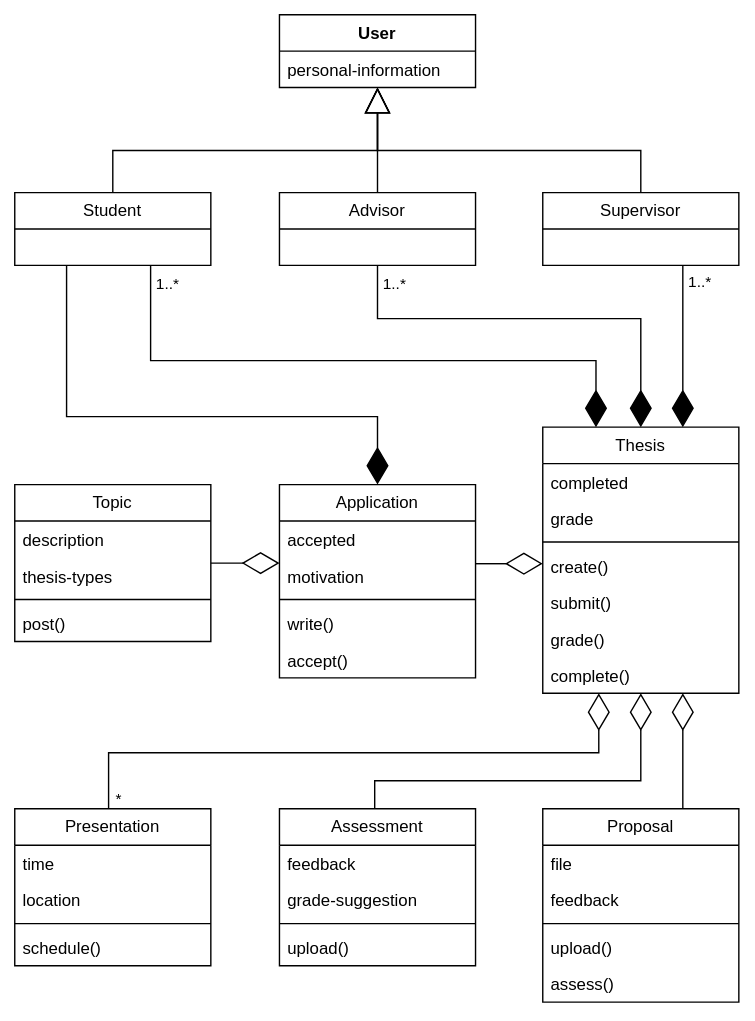
Above: analysis-object-modal.svg in fabian-emilius/bachelor-thesis-charts (draw.io), before the change. Source tidied: cells renumbered, new cells last; positions are measured from the earlier drawing's top-left corner, leaving out a move shared by most shapes.
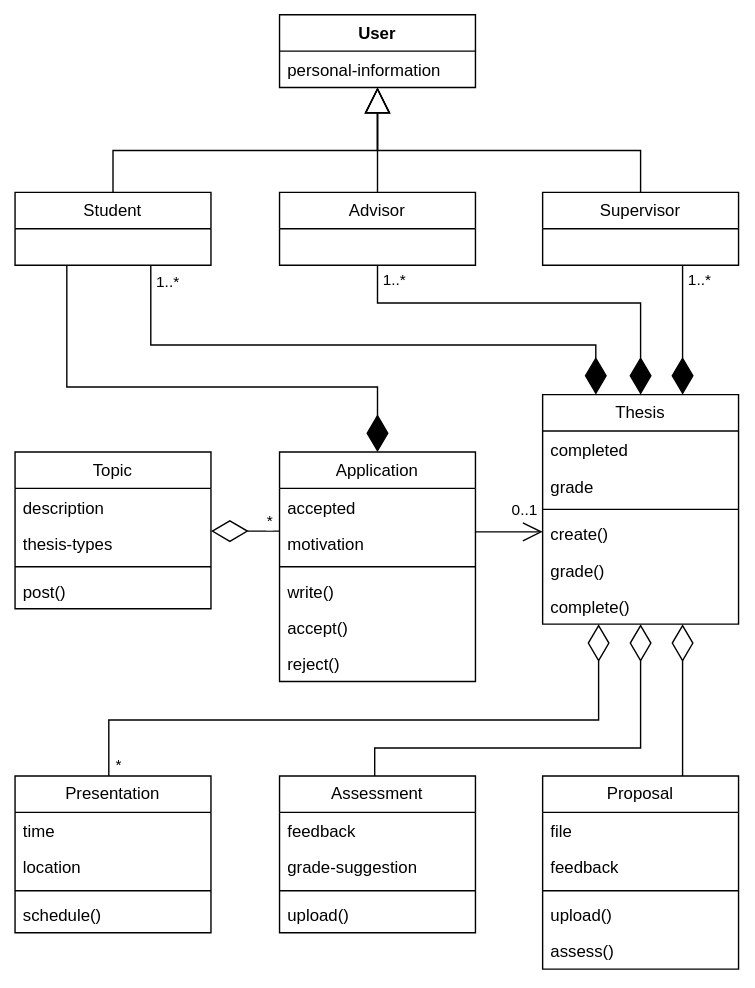
After the commit.

Diff of the diagram source:
```diff
@@ -34,8 +34,8 @@
     <mxCell id="6" style="endArrow=diamondThin;endFill=1;endSize=24;html=1;rounded=0;edgeStyle=orthogonalEdgeStyle;" parent="1" edge="1" source="14" target="26">
       <mxGeometry relative="1" as="geometry">
         <Array as="points">
-          <mxPoint x="259" y="217" />
-          <mxPoint x="447" y="217" />
+          <mxPoint x="259" y="229" />
+          <mxPoint x="447" y="229" />
         </Array>
       </mxGeometry>
     </mxCell>
@@ -47,40 +47,45 @@
     <mxCell id="8" style="endArrow=diamondThin;endFill=1;endSize=24;html=1;rounded=0;edgeStyle=orthogonalEdgeStyle;" parent="1" edge="1" source="13" target="26">
       <mxGeometry relative="1" as="geometry">
         <Array as="points">
-          <mxPoint x="477" y="237" />
-          <mxPoint x="477" y="237" />
+          <mxPoint x="477" y="249" />
+          <mxPoint x="477" y="249" />
         </Array>
       </mxGeometry>
     </mxCell>
     <mxCell id="9" value="1..*" style="edgeLabel;html=1;align=center;verticalAlign=middle;" parent="8" vertex="1">
       <mxGeometry x="-0.71" y="1" relative="1" as="geometry">
-        <mxPoint x="10" y="-5" as="offset" />
+        <mxPoint x="10" y="-3" as="offset" />
       </mxGeometry>
     </mxCell>
-    <mxCell id="10" style="endArrow=diamondThin;endFill=0;endSize=24;html=1;rounded=0;edgeStyle=orthogonalEdgeStyle;" parent="1" edge="1" source="15" target="20">
+    <mxCell id="10" style="endArrow=diamondThin;endFill=0;endSize=24;html=1;rounded=0;edgeStyle=orthogonalEdgeStyle;" parent="1" edge="1" source="20" target="15">
       <mxGeometry relative="1" as="geometry">
         <Array as="points">
-          <mxPoint x="157" y="392" />
-          <mxPoint x="157" y="392" />
+          <mxPoint x="167" y="392" />
+          <mxPoint x="167" y="392" />
         </Array>
       </mxGeometry>
     </mxCell>
+    <mxCell id="58" value="*" style="edgeLabel;html=1;align=center;verticalAlign=middle;" parent="10" vertex="1">
+      <mxGeometry x="-0.81" relative="1" as="geometry">
+        <mxPoint x="-3" y="-8" as="offset" />
+      </mxGeometry>
+    </mxCell>
     <mxCell id="11" style="endArrow=diamondThin;endFill=1;endSize=24;html=1;rounded=0;edgeStyle=orthogonalEdgeStyle;" parent="1" edge="1" source="12" target="20">
       <mxGeometry relative="1" as="geometry">
         <Array as="points">
-          <mxPoint x="37" y="287" />
-          <mxPoint x="259" y="287" />
+          <mxPoint x="37" y="289" />
+          <mxPoint x="259" y="289" />
         </Array>
       </mxGeometry>
     </mxCell>
     <mxCell id="12" value="Student" style="swimlane;fontStyle=0;horizontal=1;startSize=26;fillColor=none;whiteSpace=wrap;html=1;" parent="1" vertex="1">
-      <mxGeometry y="127" width="140" height="52" as="geometry" />
+      <mxGeometry y="150" width="140" height="52" as="geometry" />
     </mxCell>
     <mxCell id="13" value="Supervisor" style="swimlane;fontStyle=0;horizontal=1;startSize=26;fillColor=none;whiteSpace=wrap;html=1;" parent="1" vertex="1">
-      <mxGeometry x="377" y="127" width="140" height="52" as="geometry" />
+      <mxGeometry x="377" y="150" width="140" height="52" as="geometry" />
     </mxCell>
     <mxCell id="14" value="Advisor" style="swimlane;fontStyle=0;horizontal=1;startSize=26;fillColor=none;whiteSpace=wrap;html=1;" parent="1" vertex="1">
-      <mxGeometry x="189" y="127" width="140" height="52" as="geometry" />
+      <mxGeometry x="189" y="150" width="140" height="52" as="geometry" />
     </mxCell>
     <mxCell id="15" value="Topic" style="swimlane;fontStyle=0;horizontal=1;startSize=26;fillColor=none;whiteSpace=wrap;html=1;" parent="1" vertex="1">
       <mxGeometry y="335.5" width="140" height="112" as="geometry" />
@@ -98,7 +103,7 @@
       <mxGeometry y="86" width="140" height="26" as="geometry" />
     </mxCell>
     <mxCell id="20" value="Application" style="swimlane;fontStyle=0;horizontal=1;startSize=26;fillColor=none;whiteSpace=wrap;html=1;" parent="1" vertex="1">
-      <mxGeometry x="189" y="335.5" width="140" height="138" as="geometry" />
+      <mxGeometry x="189" y="335.5" width="140" height="164" as="geometry" />
     </mxCell>
     <mxCell id="21" value="accepted" style="text;strokeColor=none;fillColor=none;align=left;verticalAlign=top;spacingLeft=4;spacingRight=4;overflow=hidden;whiteSpace=wrap;html=1;" parent="20" vertex="1">
       <mxGeometry y="26" width="140" height="26" as="geometry" />
@@ -115,8 +120,11 @@
     <mxCell id="25" value="accept()" style="text;strokeColor=none;fillColor=none;align=left;verticalAlign=top;spacingLeft=4;spacingRight=4;overflow=hidden;whiteSpace=wrap;html=1;" parent="20" vertex="1">
       <mxGeometry y="112" width="140" height="26" as="geometry" />
     </mxCell>
+    <mxCell id="59" value="reject()" style="text;strokeColor=none;fillColor=none;align=left;verticalAlign=top;spacingLeft=4;spacingRight=4;overflow=hidden;whiteSpace=wrap;html=1;" parent="20" vertex="1">
+      <mxGeometry y="138" width="140" height="26" as="geometry" />
+    </mxCell>
     <mxCell id="26" value="Thesis" style="swimlane;fontStyle=0;horizontal=1;startSize=26;fillColor=none;whiteSpace=wrap;html=1;" parent="1" vertex="1">
-      <mxGeometry x="377" y="294.5" width="140" height="190" as="geometry" />
+      <mxGeometry x="377" y="294.5" width="140" height="164" as="geometry" />
     </mxCell>
     <mxCell id="27" value="completed" style="text;strokeColor=none;fillColor=none;align=left;verticalAlign=top;spacingLeft=4;spacingRight=4;overflow=hidden;whiteSpace=wrap;html=1;" parent="26" vertex="1">
       <mxGeometry y="26" width="140" height="26" as="geometry" />
@@ -130,14 +138,11 @@
     <mxCell id="30" value="create()" style="text;strokeColor=none;fillColor=none;align=left;verticalAlign=top;spacingLeft=4;spacingRight=4;overflow=hidden;whiteSpace=wrap;html=1;" parent="26" vertex="1">
       <mxGeometry y="86" width="140" height="26" as="geometry" />
     </mxCell>
-    <mxCell id="31" value="submit()" style="text;strokeColor=none;fillColor=none;align=left;verticalAlign=top;spacingLeft=4;spacingRight=4;overflow=hidden;whiteSpace=wrap;html=1;" parent="26" vertex="1">
-      <mxGeometry y="112" width="140" height="26" as="geometry" />
-    </mxCell>
     <mxCell id="32" value="grade()" style="text;strokeColor=none;fillColor=none;align=left;verticalAlign=top;spacingLeft=4;spacingRight=4;overflow=hidden;whiteSpace=wrap;html=1;" parent="26" vertex="1">
-      <mxGeometry y="138" width="140" height="26" as="geometry" />
+      <mxGeometry y="112" width="140" height="26" as="geometry" />
     </mxCell>
     <mxCell id="33" value="complete()" style="text;strokeColor=none;fillColor=none;align=left;verticalAlign=top;spacingLeft=4;spacingRight=4;overflow=hidden;whiteSpace=wrap;html=1;" parent="26" vertex="1">
-      <mxGeometry y="164" width="140" height="26" as="geometry" />
+      <mxGeometry y="138" width="140" height="26" as="geometry" />
     </mxCell>
     <mxCell id="34" value="Presentation" style="swimlane;fontStyle=0;horizontal=1;startSize=26;fillColor=none;whiteSpace=wrap;html=1;" parent="1" vertex="1">
       <mxGeometry y="567" width="140" height="112" as="geometry" />
@@ -190,8 +195,8 @@
     <mxCell id="50" style="endArrow=block;endSize=16;endFill=0;html=1;rounded=0;edgeStyle=orthogonalEdgeStyle;" parent="1" edge="1" source="12" target="53">
       <mxGeometry relative="1" as="geometry">
         <Array as="points">
-          <mxPoint x="70" y="97" />
-          <mxPoint x="259" y="97" />
+          <mxPoint x="70" y="120" />
+          <mxPoint x="259" y="120" />
         </Array>
       </mxGeometry>
     </mxCell>
@@ -201,13 +206,13 @@
     <mxCell id="52" style="endArrow=block;endSize=16;endFill=0;html=1;rounded=0;edgeStyle=orthogonalEdgeStyle;" parent="1" edge="1" source="13" target="53">
       <mxGeometry relative="1" as="geometry">
         <Array as="points">
-          <mxPoint x="447" y="97" />
-          <mxPoint x="259" y="97" />
+          <mxPoint x="447" y="120" />
+          <mxPoint x="259" y="120" />
         </Array>
       </mxGeometry>
     </mxCell>
     <mxCell id="53" value="User" style="swimlane;fontStyle=1;align=center;verticalAlign=top;horizontal=1;startSize=26;whiteSpace=wrap;html=1;" parent="1" vertex="1">
-      <mxGeometry x="189" width="140" height="52" as="geometry" />
+      <mxGeometry x="189" y="23" width="140" height="52" as="geometry" />
     </mxCell>
     <mxCell id="54" value="personal-information" style="text;strokeColor=none;fillColor=none;align=left;verticalAlign=top;spacingLeft=4;spacingRight=4;overflow=hidden;whiteSpace=wrap;html=1;" parent="53" vertex="1">
       <mxGeometry y="26" width="140" height="26" as="geometry" />
@@ -215,8 +220,8 @@
     <mxCell id="55" style="endArrow=diamondThin;endFill=1;endSize=24;html=1;rounded=0;edgeStyle=orthogonalEdgeStyle;" parent="1" edge="1" source="12" target="26">
       <mxGeometry relative="1" as="geometry">
         <Array as="points">
-          <mxPoint x="97" y="247" />
-          <mxPoint x="415" y="247" />
+          <mxPoint x="97" y="259" />
+          <mxPoint x="415" y="259" />
         </Array>
       </mxGeometry>
     </mxCell>
@@ -225,15 +230,20 @@
         <mxPoint x="13" y="-9" as="offset" />
       </mxGeometry>
     </mxCell>
-    <mxCell id="57" style="endArrow=diamondThin;endFill=0;endSize=24;html=1;rounded=0;edgeStyle=orthogonalEdgeStyle;" parent="1" edge="1">
-      <mxGeometry relative="1" as="geometry">
-        <mxPoint x="329" y="392" as="sourcePoint" />
-        <mxPoint x="377" y="392" as="targetPoint" />
-        <Array as="points">
-          <mxPoint x="347" y="392" />
-          <mxPoint x="347" y="392" />
-        </Array>
-      </mxGeometry>
-    </mxCell>
+    <mxCell id="60" style="endArrow=open;endFill=1;endSize=12;html=1;rounded=0;edgeStyle=orthogonalEdgeStyle;" parent="1" edge="1">
+      <mxGeometry relative="1" as="geometry">
+        <mxPoint x="329" y="392.5" as="sourcePoint" />
+        <mxPoint x="377" y="392.5" as="targetPoint" />
+        <Array as="points">
+          <mxPoint x="367" y="392" />
+          <mxPoint x="367" y="392" />
+        </Array>
+      </mxGeometry>
+    </mxCell>
+    <mxCell id="61" value="0..1" style="edgeLabel;html=1;align=center;verticalAlign=middle;" parent="60" vertex="1">
+      <mxGeometry x="0.43" y="2" relative="1" as="geometry">
+        <mxPoint y="-14" as="offset" />
+      </mxGeometry>
+    </mxCell>
   </root>
 </mxGraphModel>
```
